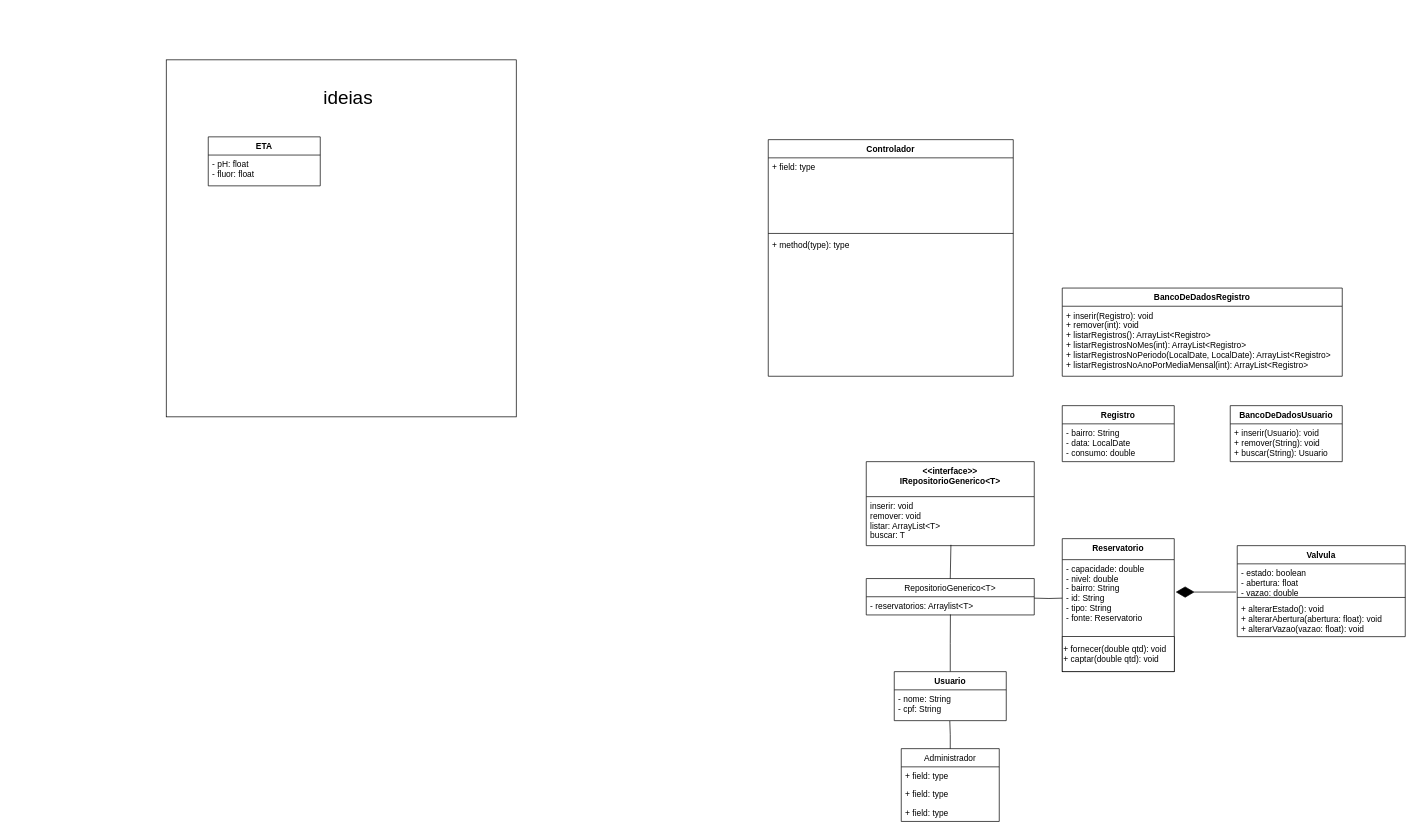
Above: Waterway.drawio in ronaldo26rodrigues/Lifeway (draw.io), before the change. Source tidied: cells renumbered, new cells numbered last; positions are measured from the earlier drawing's top-left corner, leaving out a move shared by most shapes. Both pictures are drawn from the tidied source at 70%, with x=0, y=0 at pixel (166, 59).
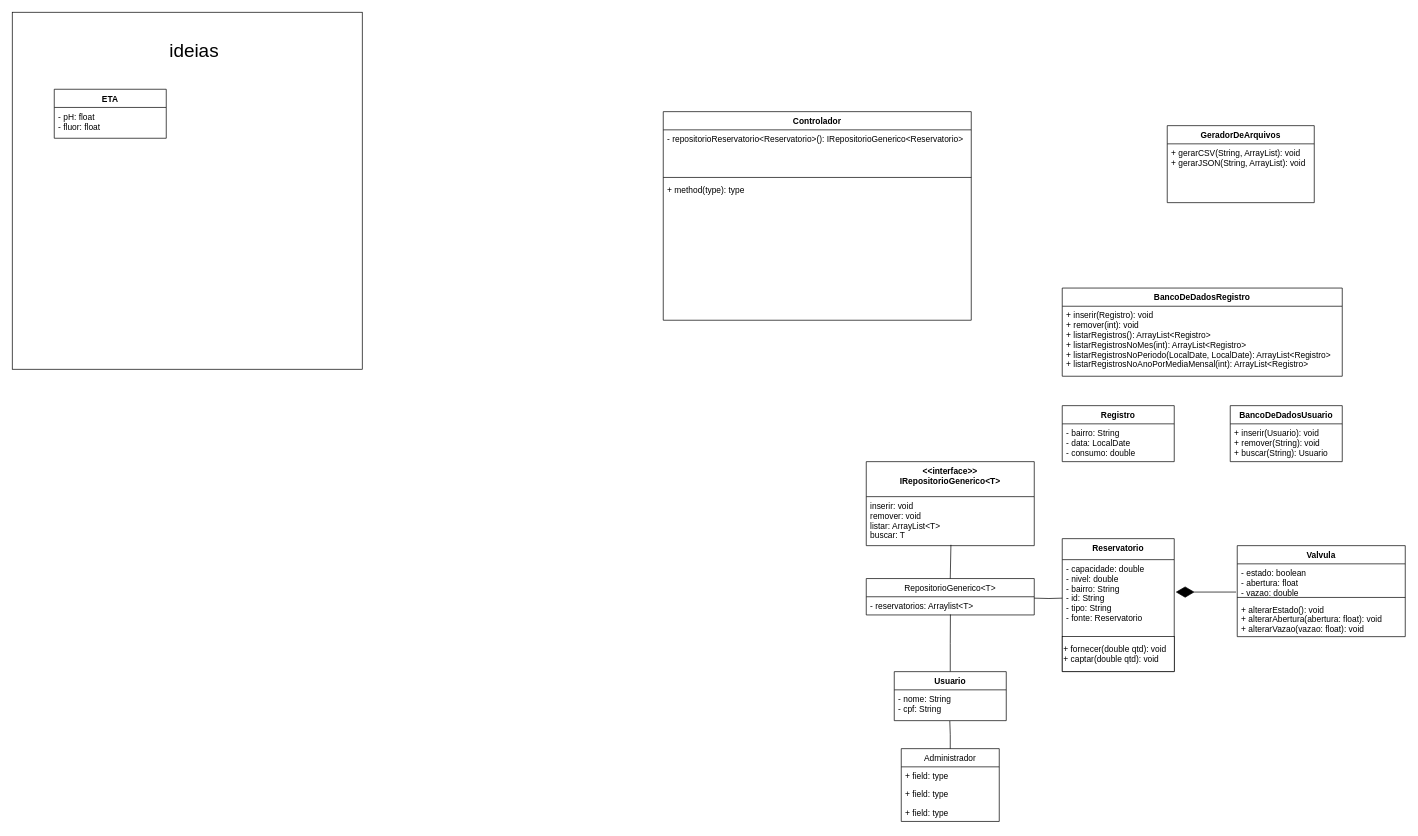
The same diagram, later.

Change to the diagram source:
```diff
@@
     <mxCell id="2" style="rounded=0;whiteSpace=wrap;html=1;" parent="1" vertex="1">
-      <mxGeometry width="500" height="510" as="geometry" />
+      <mxGeometry x="-220" y="-68" width="500" height="510" as="geometry" />
     </mxCell>
@@
     <mxCell id="11" value="ETA" style="swimlane;fontStyle=1;align=center;verticalAlign=top;horizontal=1;startSize=26;" parent="1" vertex="1">
-      <mxGeometry x="60" y="110" width="160" height="70" as="geometry" />
+      <mxGeometry x="-160" y="42" width="160" height="70" as="geometry" />
     </mxCell>
@@
     <mxCell id="19" value="ideias" style="text;html=1;strokeColor=none;fillColor=none;align=center;verticalAlign=middle;whiteSpace=wrap;rounded=0;fontSize=27;" parent="1" vertex="1">
-      <mxGeometry x="120" y="30" width="280" height="50" as="geometry" />
+      <mxGeometry x="-100" y="-38" width="280" height="50" as="geometry" />
     </mxCell>
@@
     <mxCell id="30" value="Controlador" style="swimlane;fontStyle=1;align=center;verticalAlign=top;horizontal=1;startSize=26;" parent="1" vertex="1">
-      <mxGeometry x="860" y="114" width="350" height="338" as="geometry" />
+      <mxGeometry x="710" y="74" width="440" height="298" as="geometry" />
     </mxCell>
-    <mxCell id="31" value="+ field: type" style="text;strokeColor=none;fillColor=none;align=left;verticalAlign=top;spacingLeft=4;spacingRight=4;overflow=hidden;" parent="30" vertex="1">
-      <mxGeometry y="26" width="350" height="104" as="geometry" />
+    <mxCell id="31" value="- repositorioReservatorio&lt;Reservatorio&gt;(): IRepositorioGenerico&lt;Reservatorio&gt;" style="text;strokeColor=none;fillColor=none;align=left;verticalAlign=top;spacingLeft=4;spacingRight=4;overflow=hidden;" parent="30" vertex="1">
+      <mxGeometry y="26" width="440" height="64" as="geometry" />
     </mxCell>
     <mxCell id="32" style="line;strokeWidth=1;fillColor=none;align=left;verticalAlign=middle;spacingTop=-1;spacingLeft=3;spacingRight=3;labelPosition=right;" parent="30" vertex="1">
-      <mxGeometry y="130" width="350" height="8" as="geometry" />
+      <mxGeometry y="90" width="440" height="8" as="geometry" />
     </mxCell>
     <mxCell id="33" value="+ method(type): type" style="text;strokeColor=none;fillColor=none;align=left;verticalAlign=top;spacingLeft=4;spacingRight=4;overflow=hidden;" parent="30" vertex="1">
-      <mxGeometry y="138" width="350" height="200" as="geometry" />
+      <mxGeometry y="98" width="440" height="200" as="geometry" />
     </mxCell>
@@
+    <mxCell id="38" value="GeradorDeArquivos" style="swimlane;fontStyle=1;align=center;verticalAlign=top;horizontal=1;startSize=26;" parent="1" vertex="1">
+      <mxGeometry x="1430" y="94" width="210" height="110" as="geometry" />
+    </mxCell>
+    <mxCell id="39" value="+ gerarCSV(String, ArrayList): void&#10;+ gerarJSON(String, ArrayList): void" style="text;strokeColor=none;fillColor=none;align=left;verticalAlign=top;spacingLeft=4;spacingRight=4;overflow=hidden;" parent="38" vertex="1">
+      <mxGeometry y="26" width="210" height="84" as="geometry" />
+    </mxCell>
```
